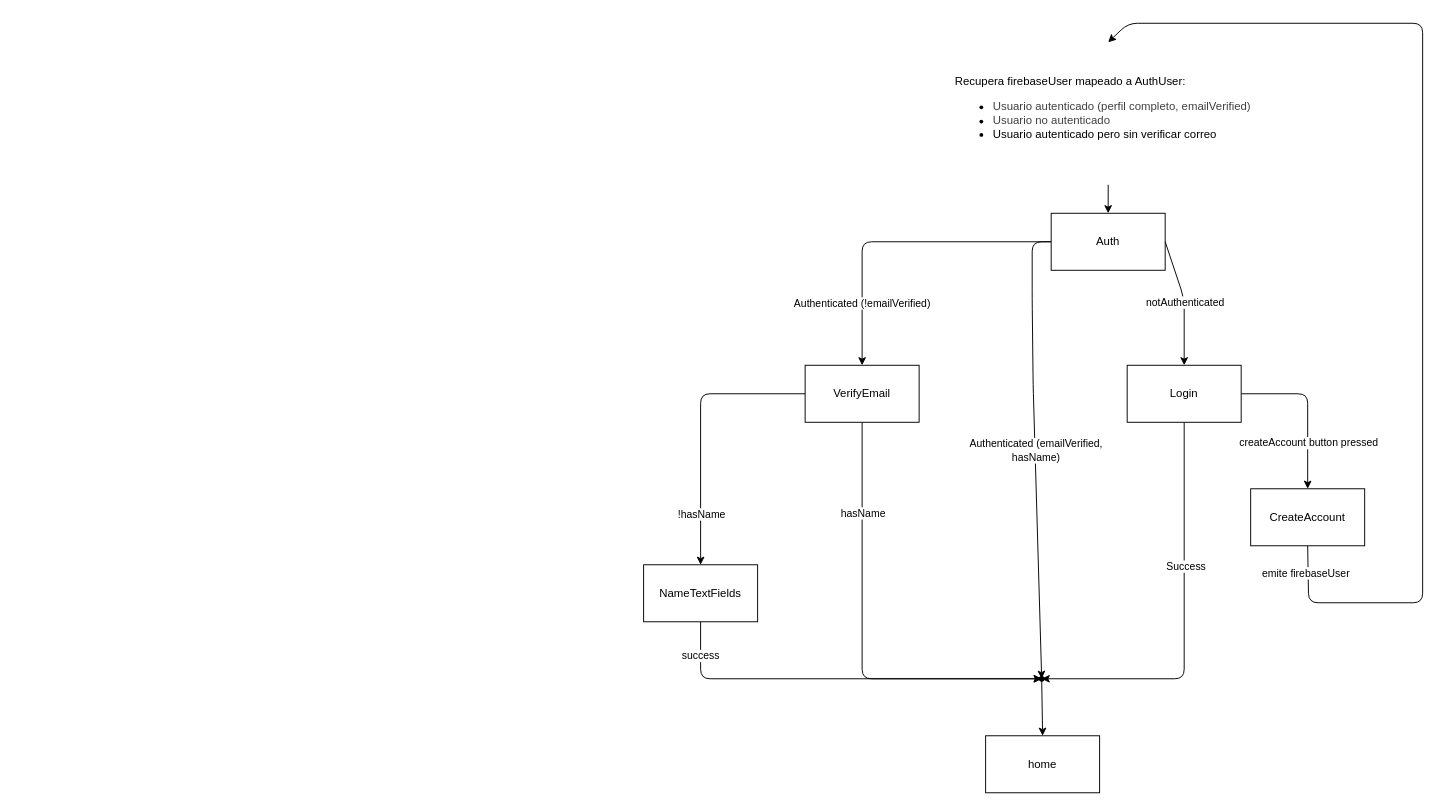
Above: lib/z_authstates.drawio in Paco-Uriostegui/mercado_v2 (draw.io), before the change. Source tidied: cells renumbered, new cells numbered last; positions are measured from the earlier drawing's top-left corner, leaving out a move shared by most shapes. Both pictures are drawn from the tidied source at 95%, with x=0, y=0 at pixel (643, 23).
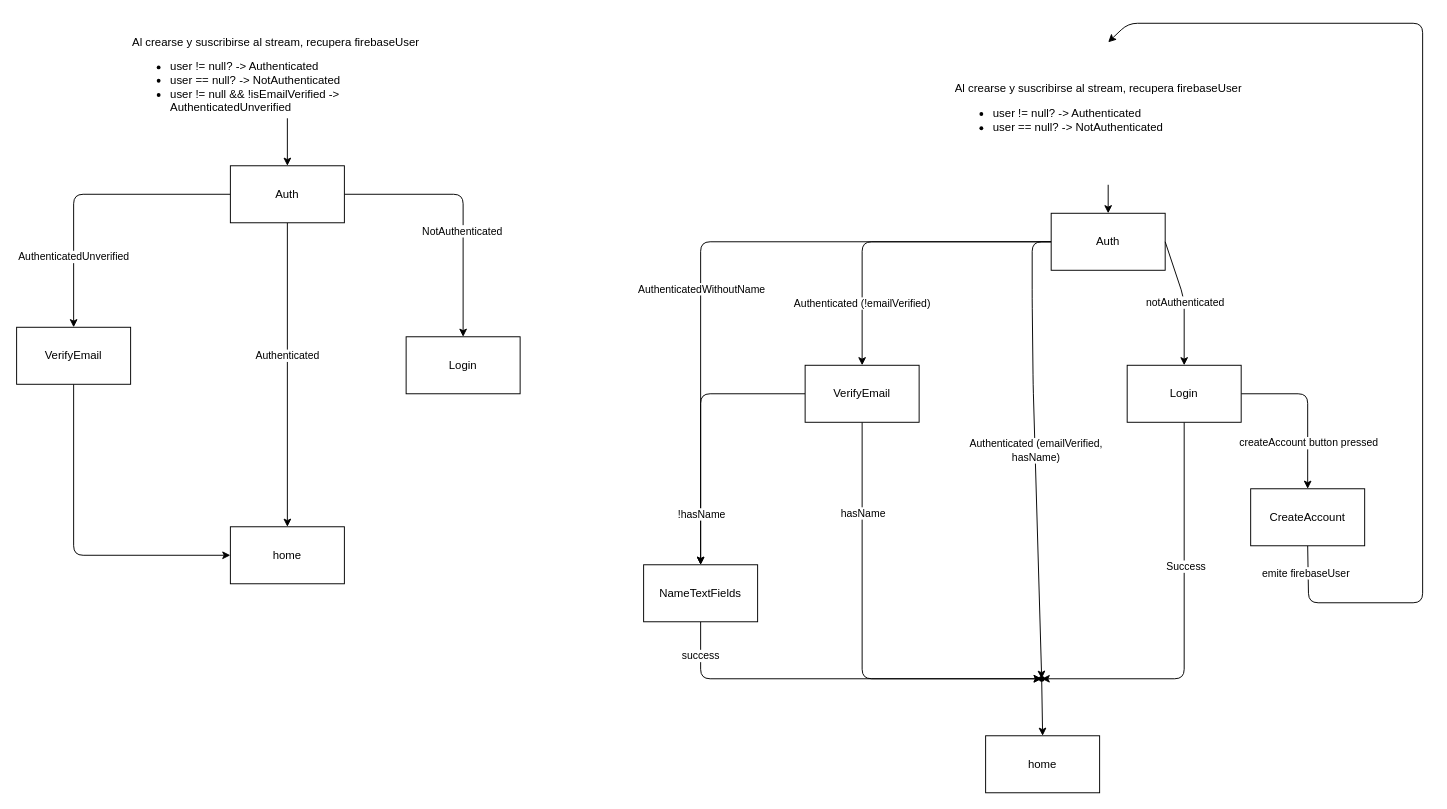
The same page after the edit.

Commit message (it also covers changes not shown here):
wip auth flow

The change refers to these unchanged cells:
```xml
<mxCell id="4" value="Auth" style="rounded=0;whiteSpace=wrap;html=1;" parent="1" vertex="1">
  <mxGeometry x="429" y="200" width="120" height="60" as="geometry" />
</mxCell>
<mxCell id="29" value="NameTextFields" style="rounded=0;whiteSpace=wrap;html=1;" parent="1" vertex="1">
  <mxGeometry y="570" width="120" height="60" as="geometry" />
</mxCell>
```

The edit, as a diff of the source:
```diff
@@
+    <mxCell id="30" style="edgeStyle=none;html=1;entryX=0.5;entryY=0;entryDx=0;entryDy=0;" parent="1" edge="1" source="4" target="29">
+      <mxGeometry relative="1" as="geometry">
+        <Array as="points">
+          <mxPoint x="60" y="230" />
+        </Array>
+      </mxGeometry>
+    </mxCell>
+    <mxCell id="31" value="AuthenticatedWithoutName" style="edgeLabel;html=1;align=center;verticalAlign=middle;" parent="30" vertex="1">
+      <mxGeometry x="0.23" y="-2" relative="1" as="geometry">
+        <mxPoint x="2" y="-18" as="offset" />
+      </mxGeometry>
+    </mxCell>
@@
-    <mxCell id="18" value="&lt;div&gt;Recupera firebaseUser mapeado a AuthUser:&lt;/div&gt;&lt;ul&gt;&lt;li&gt;&lt;span style=&quot;color: rgb(63, 63, 63); background-color: transparent;&quot;&gt;Usuario autenticado (perfil completo, emailVerified)&lt;/span&gt;&lt;/li&gt;&lt;li&gt;&lt;span style=&quot;color: rgb(63, 63, 63); background-color: transparent;&quot;&gt;Usuario no autenticado&lt;/span&gt;&lt;/li&gt;&lt;li&gt;Usuario autenticado pero sin verificar correo&lt;/li&gt;&lt;/ul&gt;" style="text;strokeColor=none;fillColor=none;html=1;whiteSpace=wrap;verticalAlign=middle;overflow=hidden;" parent="1" vertex="1">
+    <mxCell id="18" value="&lt;div&gt;Al crearse y suscribirse al stream, recupera firebaseUser&lt;/div&gt;&lt;ul&gt;&lt;li&gt;user != null? -&amp;gt; Authenticated&lt;/li&gt;&lt;li&gt;user == null? -&amp;gt; NotAuthenticated&lt;/li&gt;&lt;/ul&gt;" style="text;strokeColor=none;fillColor=none;html=1;whiteSpace=wrap;verticalAlign=middle;overflow=hidden;" parent="1" vertex="1">
       <mxGeometry x="325.5" y="20" width="327" height="150" as="geometry" />
     </mxCell>
@@
+    <mxCell id="32" style="edgeStyle=none;html=1;" parent="1" edge="1" source="33" target="40">
+      <mxGeometry relative="1" as="geometry" />
+    </mxCell>
+    <mxCell id="33" value="&lt;div&gt;Al crearse y suscribirse al stream, recupera firebaseUser&lt;/div&gt;&lt;ul&gt;&lt;li&gt;user != null? -&amp;gt; Authenticated&lt;/li&gt;&lt;li&gt;user == null? -&amp;gt; NotAuthenticated&lt;/li&gt;&lt;li&gt;user != null &amp;amp;&amp;amp; !isEmailVerified -&amp;gt; AuthenticatedUnverified&amp;nbsp;&lt;/li&gt;&lt;/ul&gt;" style="text;strokeColor=none;fillColor=none;html=1;whiteSpace=wrap;verticalAlign=middle;overflow=hidden;" parent="1" vertex="1">
+      <mxGeometry x="-540" y="10" width="330" height="90" as="geometry" />
+    </mxCell>
+    <mxCell id="34" style="edgeStyle=none;html=1;" parent="1" edge="1" source="40" target="41">
+      <mxGeometry relative="1" as="geometry">
+        <Array as="points">
+          <mxPoint x="-190" y="180" />
+        </Array>
+      </mxGeometry>
+    </mxCell>
+    <mxCell id="35" value="NotAuthenticated" style="edgeLabel;html=1;align=center;verticalAlign=middle;" parent="34" vertex="1">
+      <mxGeometry x="0.19" y="-2" relative="1" as="geometry">
+        <mxPoint y="-1" as="offset" />
+      </mxGeometry>
+    </mxCell>
+    <mxCell id="36" style="edgeStyle=none;html=1;entryX=0.5;entryY=0;entryDx=0;entryDy=0;" parent="1" edge="1" source="40" target="43">
+      <mxGeometry relative="1" as="geometry">
+        <Array as="points">
+          <mxPoint x="-600" y="180" />
+        </Array>
+      </mxGeometry>
+    </mxCell>
+    <mxCell id="37" value="AuthenticatedUnverified" style="edgeLabel;html=1;align=center;verticalAlign=middle;" parent="36" vertex="1">
+      <mxGeometry x="0.51" y="-1" relative="1" as="geometry" />
+    </mxCell>
+    <mxCell id="38" style="edgeStyle=none;html=1;" parent="1" edge="1" source="40" target="44">
+      <mxGeometry relative="1" as="geometry" />
+    </mxCell>
+    <mxCell id="39" value="Authenticated" style="edgeLabel;html=1;align=center;verticalAlign=middle;" parent="38" vertex="1">
+      <mxGeometry x="-0.13" y="-1" relative="1" as="geometry" />
+    </mxCell>
+    <mxCell id="40" value="Auth" style="whiteSpace=wrap;html=1;" parent="1" vertex="1">
+      <mxGeometry x="-435" y="150" width="120" height="60" as="geometry" />
+    </mxCell>
+    <mxCell id="41" value="Login" style="whiteSpace=wrap;html=1;" parent="1" vertex="1">
+      <mxGeometry x="-250" y="330" width="120" height="60" as="geometry" />
+    </mxCell>
+    <mxCell id="42" style="edgeStyle=none;html=1;exitX=0.5;exitY=1;exitDx=0;exitDy=0;entryX=0;entryY=0.5;entryDx=0;entryDy=0;" parent="1" edge="1" source="43" target="44">
+      <mxGeometry relative="1" as="geometry">
+        <Array as="points">
+          <mxPoint x="-600" y="560" />
+        </Array>
+      </mxGeometry>
+    </mxCell>
+    <mxCell id="43" value="VerifyEmail" style="whiteSpace=wrap;html=1;" parent="1" vertex="1">
+      <mxGeometry x="-660" y="320" width="120" height="60" as="geometry" />
+    </mxCell>
+    <mxCell id="44" value="home" style="whiteSpace=wrap;html=1;" parent="1" vertex="1">
+      <mxGeometry x="-435" y="530" width="120" height="60" as="geometry" />
+    </mxCell>
```
